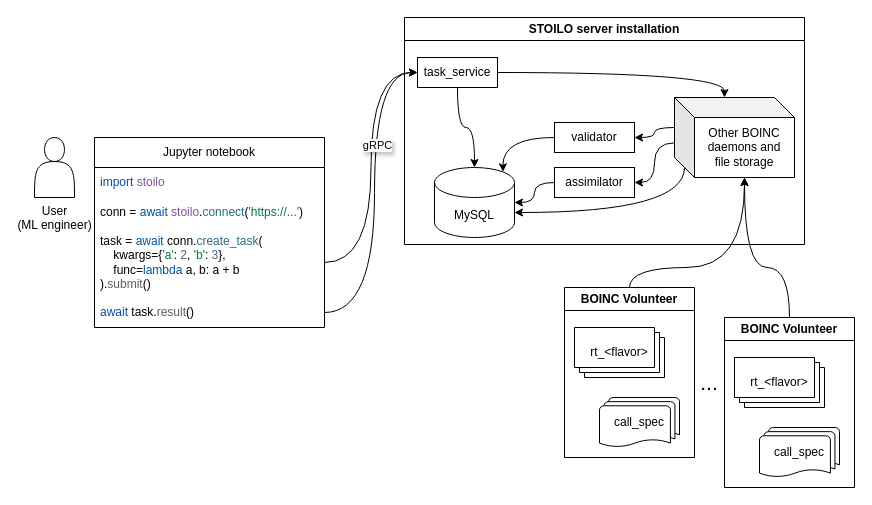
sermir2003/stoilo keeps this draw.io diagram as text/figures/stoilo_overall.drawio. Above is the earlier version. Source tidied: cells renumbered, new cells numbered last; positions are measured from the earlier drawing's top-left corner, leaving out a move shared by most shapes. Both pictures are drawn from the tidied source at 100%, with x=0, y=0 at pixel (34, 17).
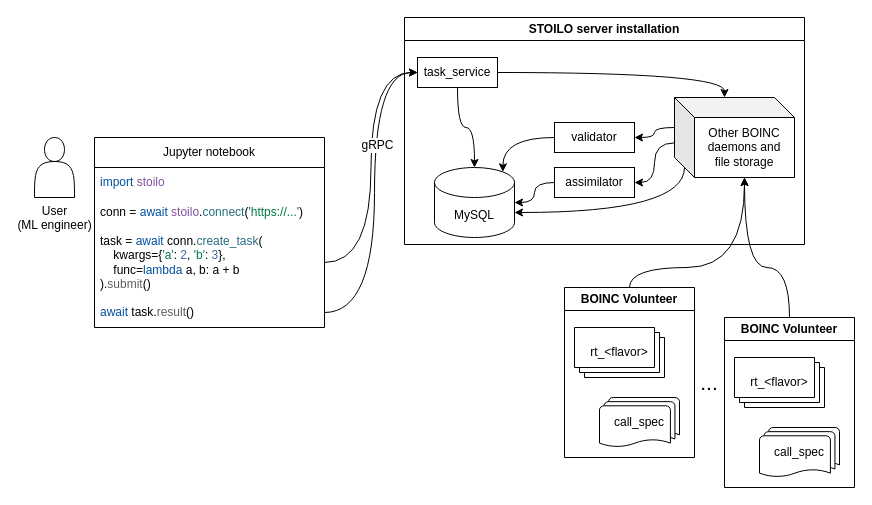
The same page after the edit.

The change refers to these unchanged cells:
```xml
<mxCell id="6" value="&lt;div&gt;task = &lt;font style=&quot;color: rgb(0, 80, 160);&quot;&gt;await&lt;/font&gt; conn.&lt;font style=&quot;color: rgb(40, 110, 130);&quot;&gt;create_task&lt;/font&gt;(&lt;/div&gt;&lt;div&gt;&amp;nbsp; &amp;nbsp; kwargs={&lt;font style=&quot;color: rgb(0, 120, 70);&quot;&gt;'a'&lt;/font&gt;: &lt;font style=&quot;color: rgb(70, 105, 145);&quot;&gt;2&lt;/font&gt;, &lt;font style=&quot;color: rgb(0, 120, 70);&quot;&gt;'b'&lt;/font&gt;: &lt;font style=&quot;color: rgb(70, 105, 145);&quot;&gt;3&lt;/font&gt;},&lt;/div&gt;&lt;div&gt;&amp;nbsp; &amp;nbsp; func=&lt;font style=&quot;color: rgb(0, 80, 160);&quot;&gt;lambda&lt;/font&gt; a, b: a + b&lt;/div&gt;&lt;div&gt;).&lt;font style=&quot;color: rgb(95, 95, 95);&quot;&gt;submit&lt;/font&gt;()&lt;/div&gt;" style="text;strokeColor=none;fillColor=none;align=left;verticalAlign=middle;spacingLeft=4;spacingRight=4;overflow=hidden;points=[[0,0.5],[1,0.5]];portConstraint=eastwest;whiteSpace=wrap;html=1;" parent="3" vertex="1">
  <mxGeometry y="90" width="230" height="70" as="geometry" />
</mxCell>
<mxCell id="9" value="task_service" style="rounded=0;whiteSpace=wrap;html=1;" parent="8" vertex="1">
  <mxGeometry x="13" y="40" width="80" height="30" as="geometry" />
</mxCell>
```

The edit, as a diff of the source:
```diff
@@
-    <mxCell id="22" value="gRPC" style="rounded=0;jettySize=auto;html=1;exitX=1;exitY=0.5;exitDx=0;exitDy=0;entryX=0;entryY=0.5;entryDx=0;entryDy=0;textShadow=1;edgeStyle=orthogonalEdgeStyle;curved=1;" parent="1" edge="1" source="6" target="9">
+    <mxCell id="22" value="&lt;font style=&quot;font-size: 12px;&quot;&gt;gRPC&lt;/font&gt;" style="rounded=0;jettySize=auto;html=1;exitX=1;exitY=0.5;exitDx=0;exitDy=0;entryX=0;entryY=0.5;entryDx=0;entryDy=0;textShadow=0;edgeStyle=orthogonalEdgeStyle;curved=1;labelBorderColor=none;" parent="1" edge="1" source="6" target="9">
       <mxGeometry x="0.16" y="-6" relative="1" as="geometry" />
     </mxCell>
```
